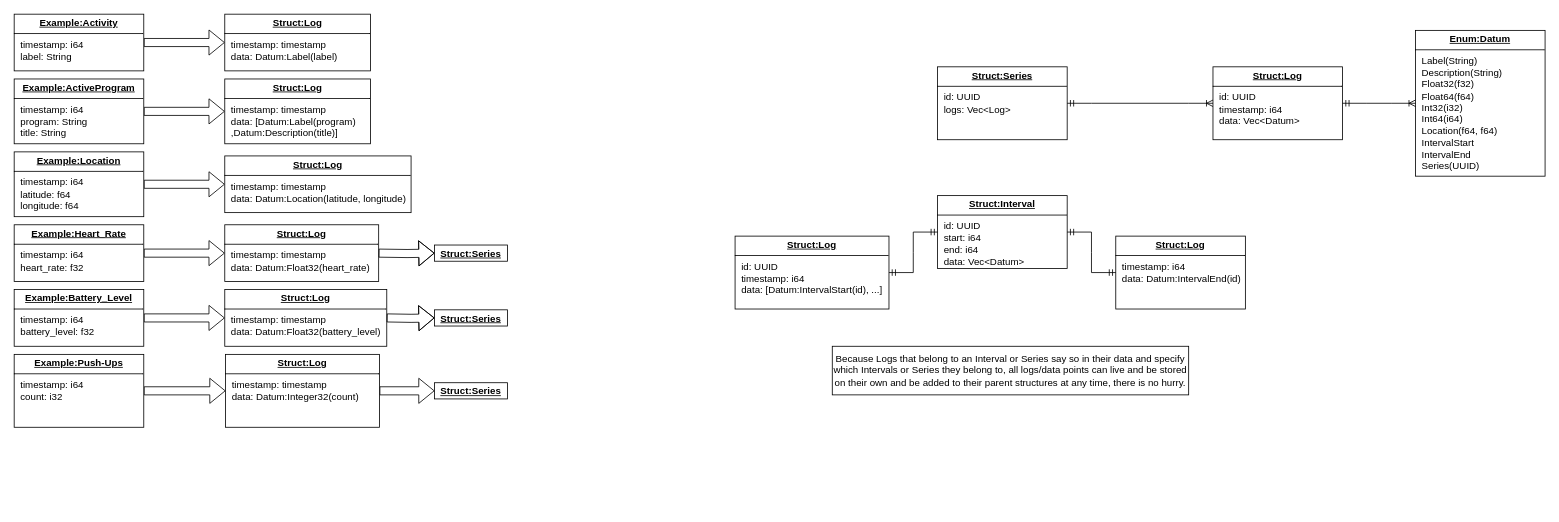
gusjengis/Mosaic-Model keeps this draw.io diagram as Mosaic_Model.drawio. Above is the earlier version. Source tidied: cells renumbered, new cells numbered last; positions are measured from the earlier drawing's top-left corner, leaving out a move shared by most shapes. Both pictures are drawn from the tidied source at 81%, with x=0, y=0 at pixel (14, 14).
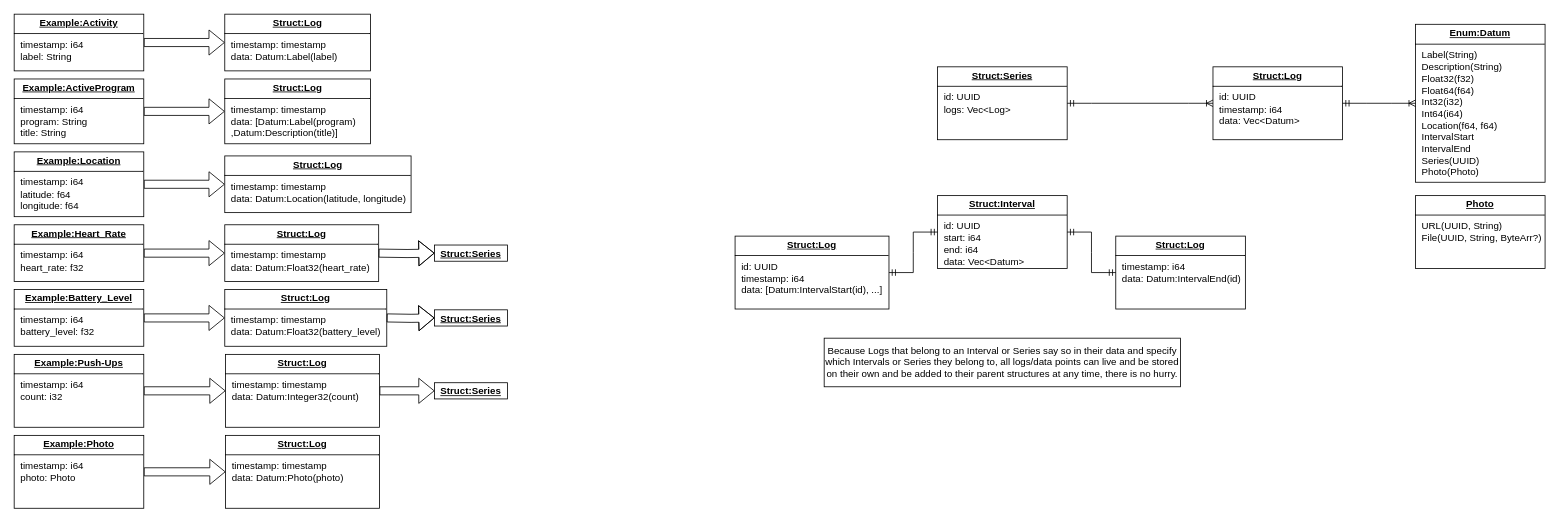
The same page after the edit.

What changed in the source:
```diff
@@
-    <mxCell id="3" value="&lt;p style=&quot;margin:0px;margin-top:4px;text-align:center;text-decoration:underline;&quot;&gt;&lt;b&gt;Enum:Datum&lt;/b&gt;&lt;/p&gt;&lt;hr size=&quot;1&quot; style=&quot;border-style:solid;&quot;&gt;&lt;p style=&quot;margin:0px;margin-left:8px;&quot;&gt;Label(String)&lt;/p&gt;&lt;p style=&quot;margin:0px;margin-left:8px;&quot;&gt;Description(String)&lt;/p&gt;&lt;p style=&quot;margin:0px;margin-left:8px;&quot;&gt;Float32(f32)&lt;/p&gt;&lt;p style=&quot;margin:0px;margin-left:8px;&quot;&gt;Float64(f64)&lt;/p&gt;&lt;p style=&quot;margin:0px;margin-left:8px;&quot;&gt;Int32(i32)&lt;/p&gt;&lt;p style=&quot;margin:0px;margin-left:8px;&quot;&gt;Int64(i64)&lt;/p&gt;&lt;p style=&quot;margin:0px;margin-left:8px;&quot;&gt;Location(f64, f64)&lt;/p&gt;&lt;p style=&quot;margin:0px;margin-left:8px;&quot;&gt;IntervalStart&lt;/p&gt;&lt;p style=&quot;margin:0px;margin-left:8px;&quot;&gt;IntervalEnd&lt;br&gt;Series(UUID)&lt;/p&gt;" style="verticalAlign=top;align=left;overflow=fill;html=1;whiteSpace=wrap;" parent="1" vertex="1">
-      <mxGeometry x="1730" y="20" width="160" height="180" as="geometry" />
+    <mxCell id="3" value="&lt;p style=&quot;margin:0px;margin-top:4px;text-align:center;text-decoration:underline;&quot;&gt;&lt;b&gt;Enum:Datum&lt;/b&gt;&lt;/p&gt;&lt;hr size=&quot;1&quot; style=&quot;border-style:solid;&quot;&gt;&lt;p style=&quot;margin:0px;margin-left:8px;&quot;&gt;Label(String)&lt;/p&gt;&lt;p style=&quot;margin:0px;margin-left:8px;&quot;&gt;Description(String)&lt;/p&gt;&lt;p style=&quot;margin:0px;margin-left:8px;&quot;&gt;Float32(f32)&lt;/p&gt;&lt;p style=&quot;margin:0px;margin-left:8px;&quot;&gt;Float64(f64)&lt;/p&gt;&lt;p style=&quot;margin:0px;margin-left:8px;&quot;&gt;Int32(i32)&lt;/p&gt;&lt;p style=&quot;margin:0px;margin-left:8px;&quot;&gt;Int64(i64)&lt;/p&gt;&lt;p style=&quot;margin:0px;margin-left:8px;&quot;&gt;Location(f64, f64)&lt;/p&gt;&lt;p style=&quot;margin:0px;margin-left:8px;&quot;&gt;IntervalStart&lt;/p&gt;&lt;p style=&quot;margin:0px;margin-left:8px;&quot;&gt;IntervalEnd&lt;br&gt;Series(UUID)&lt;br&gt;Photo(Photo)&lt;/p&gt;" style="verticalAlign=top;align=left;overflow=fill;html=1;whiteSpace=wrap;" parent="1" vertex="1">
+      <mxGeometry x="1730" y="12.5" width="160" height="195" as="geometry" />
     </mxCell>
@@
     <mxCell id="32" value="Because Logs that belong to an Interval or Series say so in their data and specify which Intervals or Series they belong to, all logs/data points can live and be stored on their own and be added to their parent structures at any time, there is no hurry." style="rounded=0;whiteSpace=wrap;html=1;" parent="1" vertex="1">
-      <mxGeometry x="1010" y="410" width="440" height="60" as="geometry" />
+      <mxGeometry x="1000" y="400" width="440" height="60" as="geometry" />
     </mxCell>
@@
+    <mxCell id="37" style="edgeStyle=orthogonalEdgeStyle;rounded=0;jettySize=auto;html=1;exitX=1;exitY=0.5;exitDx=0;exitDy=0;entryX=0;entryY=0.5;entryDx=0;entryDy=0;shape=flexArrow;" parent="1" edge="1" source="38" target="39">
+      <mxGeometry relative="1" as="geometry" />
+    </mxCell>
+    <mxCell id="38" value="&lt;p style=&quot;margin:0px;margin-top:4px;text-align:center;text-decoration:underline;&quot;&gt;&lt;b&gt;Example:Photo&lt;/b&gt;&lt;/p&gt;&lt;hr size=&quot;1&quot; style=&quot;border-style:solid;&quot;&gt;&lt;p style=&quot;margin:0px;margin-left:8px;&quot;&gt;timestamp: i64&lt;/p&gt;&lt;p style=&quot;margin:0px;margin-left:8px;&quot;&gt;photo: Photo&lt;/p&gt;" style="verticalAlign=top;align=left;overflow=fill;html=1;whiteSpace=wrap;" parent="1" vertex="1">
+      <mxGeometry y="520" width="160" height="90" as="geometry" />
+    </mxCell>
+    <mxCell id="39" value="&lt;p style=&quot;margin:0px;margin-top:4px;text-align:center;text-decoration:underline;&quot;&gt;&lt;b&gt;Struct:Log&lt;/b&gt;&lt;/p&gt;&lt;hr size=&quot;1&quot; style=&quot;border-style:solid;&quot;&gt;&lt;p style=&quot;margin:0px;margin-left:8px;&quot;&gt;timestamp: timestamp&lt;/p&gt;&lt;p style=&quot;margin:0px;margin-left:8px;&quot;&gt;data: Datum:Photo(photo)&amp;nbsp;&lt;/p&gt;" style="verticalAlign=top;align=left;overflow=fill;html=1;whiteSpace=wrap;" parent="1" vertex="1">
+      <mxGeometry x="261" y="520" width="190" height="90" as="geometry" />
+    </mxCell>
+    <mxCell id="40" value="&lt;p style=&quot;margin:0px;margin-top:4px;text-align:center;text-decoration:underline;&quot;&gt;&lt;b&gt;Photo&lt;/b&gt;&lt;/p&gt;&lt;hr size=&quot;1&quot; style=&quot;border-style:solid;&quot;&gt;&lt;p style=&quot;margin:0px;margin-left:8px;&quot;&gt;URL(UUID, String)&lt;br&gt;File(UUID, String, ByteArr?)&lt;br&gt;&lt;/p&gt;" style="verticalAlign=top;align=left;overflow=fill;html=1;whiteSpace=wrap;" parent="1" vertex="1">
+      <mxGeometry x="1730" y="224" width="160" height="90" as="geometry" />
+    </mxCell>
```
